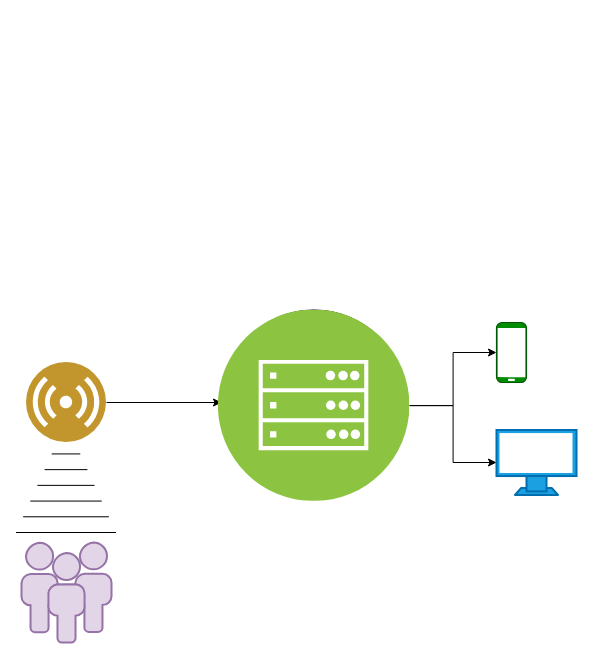
Earlier version of the draw.io diagram documentation/Namnlöst diagram.drawio (albinens/IMSX16_Kandidatarbete). Source tidied: cells renumbered, new cells numbered last; positions are measured from the earlier drawing's top-left corner, leaving out a move shared by most shapes. Both pictures are drawn from the tidied source at 100%, with x=0, y=0 at pixel (21, 30).
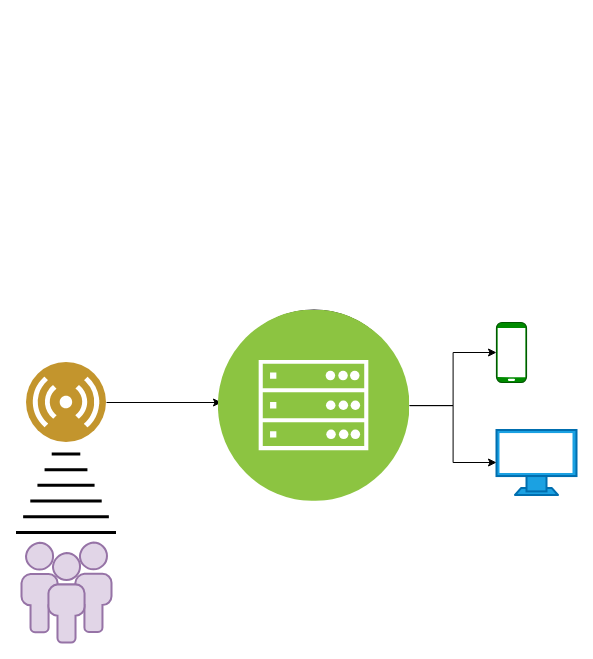
The same page after the edit.

Change to the diagram source:
```diff
@@
 <mxGraphModel>
   <root>
     <mxCell id="0" />
     <mxCell id="1" parent="0" />
-    <mxCell id="2" style="shape=mxgraph.arrows2.wedgeArrowDashed2;html=1;startWidth=50;stepSize=15;rounded=0;" parent="1" edge="1">
+    <mxCell id="2" style="shape=mxgraph.arrows2.wedgeArrowDashed2;html=1;startWidth=50;stepSize=15;rounded=0;strokeWidth=3;" parent="1" edge="1">
       <mxGeometry relative="1" as="geometry">
         <mxPoint x="44.5" y="502" as="sourcePoint" />
         <mxPoint x="44.5" y="392" as="targetPoint" />
       </mxGeometry>
     </mxCell>
     <mxCell id="3" style="sketch=0;shadow=0;dashed=0;html=1;labelPosition=center;verticalLabelPosition=bottom;verticalAlign=top;align=center;shape=mxgraph.vvd.wi_fi;rotation=-135;strokeColor=none;" parent="1" vertex="1">
       <mxGeometry x="228.1" y="-0.5" width="65" height="65" as="geometry" />
     </mxCell>
     <mxCell id="4" style="edgeStyle=orthogonalEdgeStyle;rounded=0;jettySize=auto;html=1;" parent="1" edge="1" source="5" target="7">
       <mxGeometry relative="1" as="geometry" />
     </mxCell>
     <mxCell id="5" style="image;perimeter=ellipsePerimeter;html=1;align=center;shadow=0;dashed=0;fontColor=#4277BB;labelBackgroundColor=default;fontSize=12;spacingTop=3;image=img/lib/ibm/users/sensor.svg;" parent="1" vertex="1">
       <mxGeometry x="5" y="332" width="80" height="80" as="geometry" />
     </mxCell>
     <mxCell id="6" style="verticalAlign=top;verticalLabelPosition=bottom;labelPosition=center;align=center;html=1;gradientDirection=north;strokeWidth=2;shape=mxgraph.networks.users;fillColor=#e1d5e7;strokeColor=#9673a6;" parent="1" vertex="1">
       <mxGeometry y="512" width="90" height="100" as="geometry" />
     </mxCell>
     <mxCell id="7" style="ellipse;whiteSpace=wrap;html=1;verticalAlign=top;fontColor=#4277BB;labelBackgroundColor=default;shadow=0;dashed=0;spacingTop=3;" parent="1" vertex="1">
       <mxGeometry x="200" y="279.5" width="185" height="185" as="geometry" />
     </mxCell>
     <mxCell id="8" style="verticalAlign=top;verticalLabelPosition=bottom;labelPosition=center;align=center;html=1;outlineConnect=0;fillColor=#008a00;strokeColor=#005700;gradientDirection=north;strokeWidth=2;shape=mxgraph.networks.mobile;fontColor=#ffffff;" parent="1" vertex="1">
       <mxGeometry x="475" y="292" width="30" height="60" as="geometry" />
     </mxCell>
     <mxCell id="9" style="verticalAlign=top;verticalLabelPosition=bottom;labelPosition=center;align=center;html=1;outlineConnect=0;fillColor=#1ba1e2;strokeColor=#006EAF;gradientDirection=north;strokeWidth=2;shape=mxgraph.networks.monitor;fontColor=#ffffff;" parent="1" vertex="1">
       <mxGeometry x="475" y="399.5" width="80" height="65" as="geometry" />
     </mxCell>
     <mxCell id="10" style="edgeStyle=orthogonalEdgeStyle;rounded=0;jettySize=auto;html=1;" parent="1" edge="1" source="12" target="9">
       <mxGeometry relative="1" as="geometry" />
     </mxCell>
     <mxCell id="11" style="edgeStyle=orthogonalEdgeStyle;rounded=0;jettySize=auto;html=1;" parent="1" edge="1" source="12" target="8">
       <mxGeometry relative="1" as="geometry" />
     </mxCell>
     <mxCell id="12" style="image;perimeter=ellipsePerimeter;html=1;align=center;shadow=0;dashed=0;fontColor=#4277BB;labelBackgroundColor=default;fontSize=12;spacingTop=3;image=img/lib/ibm/infrastructure/mobile_backend.svg;" parent="1" vertex="1">
       <mxGeometry x="196.9" y="279.5" width="191.2" height="191.2" as="geometry" />
     </mxCell>
   </root>
 </mxGraphModel>
```
